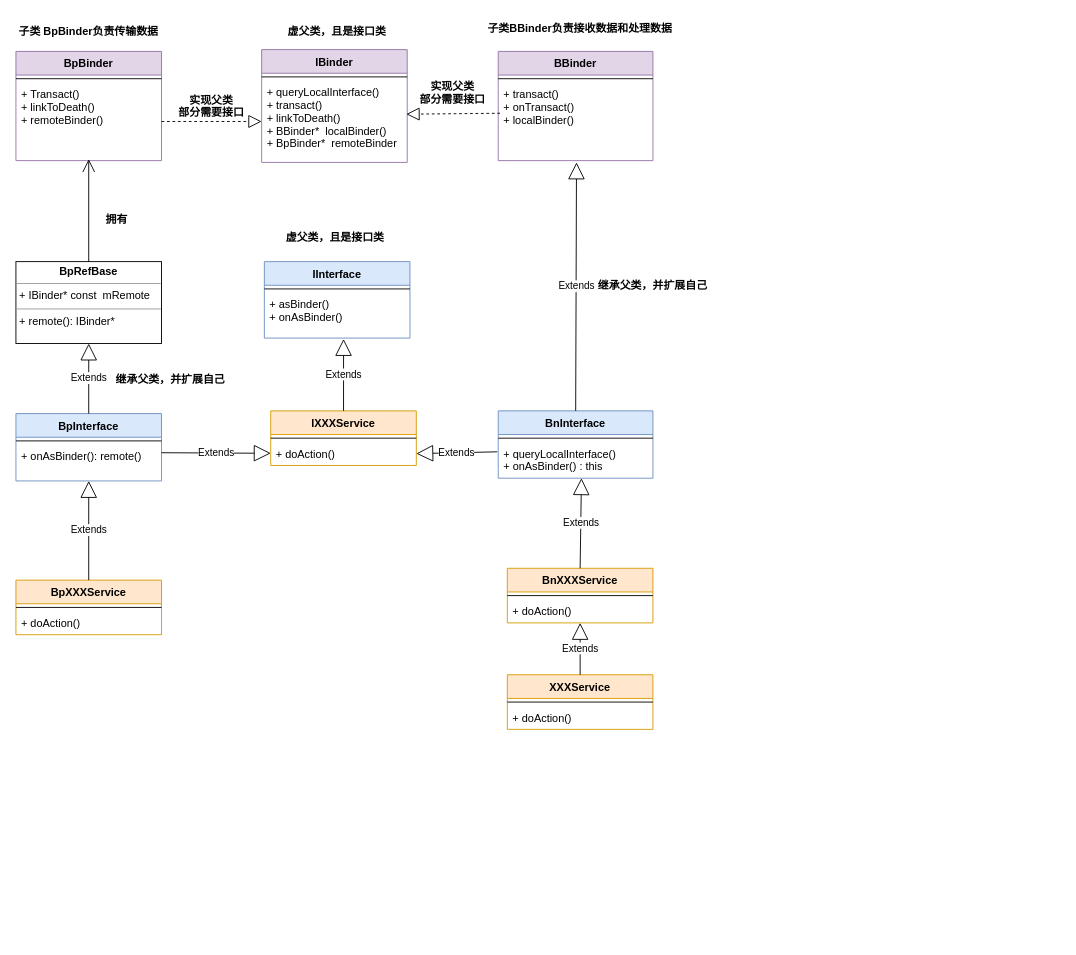
cuijpus/Android keeps this draw.io diagram as binder/diagram/libbinder class relationship.drawio. Above is the earlier version. Source tidied: cells renumbered, new cells numbered last; positions are measured from the earlier drawing's top-left corner, leaving out a move shared by most shapes. Both pictures are drawn from the tidied source at 91%, with x=0, y=0 at pixel (15, 15).
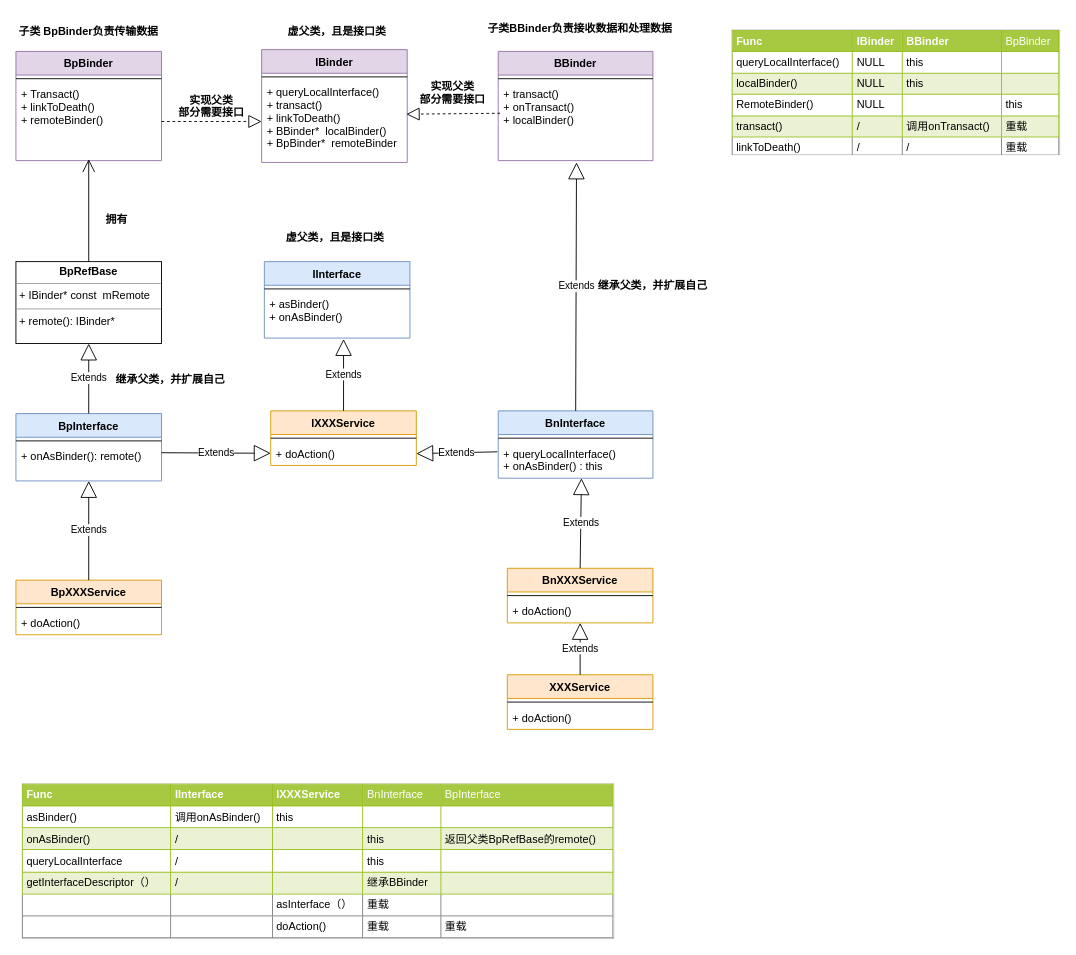
After the change.

What changed in the source:
```diff
@@
+    <mxCell id="53" value="&lt;table border=&quot;1&quot; width=&quot;100%&quot; cellpadding=&quot;4&quot; style=&quot;width: 100% ; height: 100% ; border-collapse: collapse&quot;&gt;&lt;tbody&gt;&lt;tr style=&quot;background-color: #a7c942 ; color: #ffffff ; border: 1px solid #98bf21&quot;&gt;&lt;th align=&quot;left&quot;&gt;Func&lt;/th&gt;&lt;th align=&quot;left&quot;&gt;IBinder&lt;/th&gt;&lt;th align=&quot;left&quot;&gt;BBinder&lt;/th&gt;&lt;td&gt;BpBinder&lt;/td&gt;&lt;/tr&gt;&lt;tr style=&quot;border: 1px solid #98bf21&quot;&gt;&lt;td&gt;queryLocalInterface()&lt;/td&gt;&lt;td&gt;NULL&lt;/td&gt;&lt;td&gt;this&lt;/td&gt;&lt;td&gt;&lt;br&gt;&lt;/td&gt;&lt;/tr&gt;&lt;tr style=&quot;background-color: #eaf2d3 ; border: 1px solid #98bf21&quot;&gt;&lt;td&gt;localBinder()&lt;/td&gt;&lt;td&gt;NULL&lt;/td&gt;&lt;td&gt;this&lt;/td&gt;&lt;td&gt;&lt;br&gt;&lt;/td&gt;&lt;/tr&gt;&lt;tr style=&quot;border: 1px solid #98bf21&quot;&gt;&lt;td&gt;RemoteBinder()&lt;/td&gt;&lt;td&gt;NULL&lt;/td&gt;&lt;td&gt;&lt;br&gt;&lt;/td&gt;&lt;td&gt;this&lt;/td&gt;&lt;/tr&gt;&lt;tr style=&quot;background-color: #eaf2d3 ; border: 1px solid #98bf21&quot;&gt;&lt;td&gt;transact()&lt;/td&gt;&lt;td&gt;/&lt;/td&gt;&lt;td&gt;调用onTransact()&lt;/td&gt;&lt;td&gt;重载&amp;nbsp;&lt;/td&gt;&lt;/tr&gt;&lt;tr&gt;&lt;td&gt;linkToDeath()&lt;/td&gt;&lt;td&gt;/&lt;/td&gt;&lt;td&gt;/&lt;/td&gt;&lt;td&gt;重载&lt;/td&gt;&lt;/tr&gt;&lt;/tbody&gt;&lt;/table&gt;" style="text;html=1;strokeColor=#c0c0c0;fillColor=#ffffff;overflow=fill;rounded=0;" parent="1" vertex="1">
+      <mxGeometry x="787" y="15.5" width="360" height="137" as="geometry" />
+    </mxCell>
+    <mxCell id="54" value="&lt;table border=&quot;1&quot; width=&quot;100%&quot; cellpadding=&quot;4&quot; style=&quot;width: 100% ; height: 100% ; border-collapse: collapse&quot;&gt;&lt;tbody&gt;&lt;tr style=&quot;background-color: #a7c942 ; color: #ffffff ; border: 1px solid #98bf21&quot;&gt;&lt;th align=&quot;left&quot;&gt;Func&lt;/th&gt;&lt;th align=&quot;left&quot;&gt;IInterface&lt;/th&gt;&lt;th align=&quot;left&quot;&gt;IXXXService&lt;/th&gt;&lt;td&gt;BnInterface&lt;/td&gt;&lt;td&gt;BpInterface&lt;/td&gt;&lt;/tr&gt;&lt;tr style=&quot;border: 1px solid #98bf21&quot;&gt;&lt;td&gt;asBinder()&lt;/td&gt;&lt;td&gt;调用onAsBinder()&lt;br&gt;&lt;/td&gt;&lt;td&gt;this&lt;/td&gt;&lt;td&gt;&lt;br&gt;&lt;/td&gt;&lt;td&gt;&lt;br&gt;&lt;/td&gt;&lt;/tr&gt;&lt;tr style=&quot;background-color: #eaf2d3 ; border: 1px solid #98bf21&quot;&gt;&lt;td&gt;onAsBinder()&lt;/td&gt;&lt;td&gt;/&lt;/td&gt;&lt;td&gt;&lt;br&gt;&lt;/td&gt;&lt;td&gt;this&lt;/td&gt;&lt;td&gt;返回父类BpRefBase的remote()&lt;br&gt;&lt;/td&gt;&lt;/tr&gt;&lt;tr style=&quot;border: 1px solid #98bf21&quot;&gt;&lt;td&gt;queryLocalInterface&lt;br&gt;&lt;/td&gt;&lt;td&gt;/&lt;/td&gt;&lt;td&gt;&lt;br&gt;&lt;/td&gt;&lt;td&gt;this&lt;/td&gt;&lt;td&gt;&lt;br&gt;&lt;/td&gt;&lt;/tr&gt;&lt;tr style=&quot;background-color: #eaf2d3 ; border: 1px solid #98bf21&quot;&gt;&lt;td&gt;getInterfaceDescriptor（）&lt;br&gt;&lt;/td&gt;&lt;td&gt;/&lt;/td&gt;&lt;td&gt;&lt;br&gt;&lt;/td&gt;&lt;td&gt;继承BBinder&amp;nbsp;&lt;/td&gt;&lt;td&gt;&lt;br&gt;&lt;/td&gt;&lt;/tr&gt;&lt;tr&gt;&lt;td&gt;&lt;br&gt;&lt;/td&gt;&lt;td&gt;&lt;br&gt;&lt;/td&gt;&lt;td&gt;asInterface（）&lt;br&gt;&lt;/td&gt;&lt;td&gt;重载&lt;/td&gt;&lt;td&gt;&lt;br&gt;&lt;/td&gt;&lt;/tr&gt;&lt;tr&gt;&lt;td&gt;&lt;br&gt;&lt;/td&gt;&lt;td&gt;&lt;br&gt;&lt;/td&gt;&lt;td&gt;doAction()&lt;/td&gt;&lt;td&gt;重载&lt;/td&gt;&lt;td&gt;重载&lt;/td&gt;&lt;/tr&gt;&lt;/tbody&gt;&lt;/table&gt;" style="text;html=1;strokeColor=#c0c0c0;fillColor=#ffffff;overflow=fill;rounded=0;" parent="1" vertex="1">
+      <mxGeometry x="7" y="844" width="650" height="170" as="geometry" />
+    </mxCell>
```
